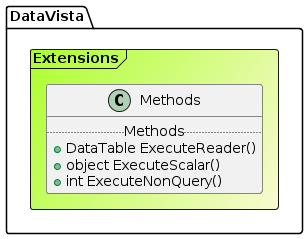
Before: Resources/Documents/Class Diagrams/Extensions.png, a diagram exported from PlantUML (grimy86/DataVista). Source of this version:
```plantuml
@startuml

Frame DataVista.Extensions #GreenYellow/LightGoldenRodYellow{
class Methods {
.. Methods ..
+DataTable ExecuteReader()
+object ExecuteScalar()
+int ExecuteNonQuery()
}
}
@enduml
```
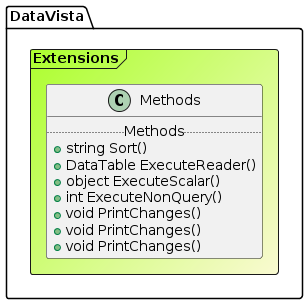
Above is the later version.

Change to the diagram source:
```diff
@@ -3,9 +3,13 @@
 Frame DataVista.Extensions #GreenYellow/LightGoldenRodYellow{
 class Methods {
 .. Methods ..
++string Sort()
 +DataTable ExecuteReader()
 +object ExecuteScalar()
 +int ExecuteNonQuery()
++void PrintChanges()
++void PrintChanges()
++void PrintChanges()
 }
 }
 @enduml
```
